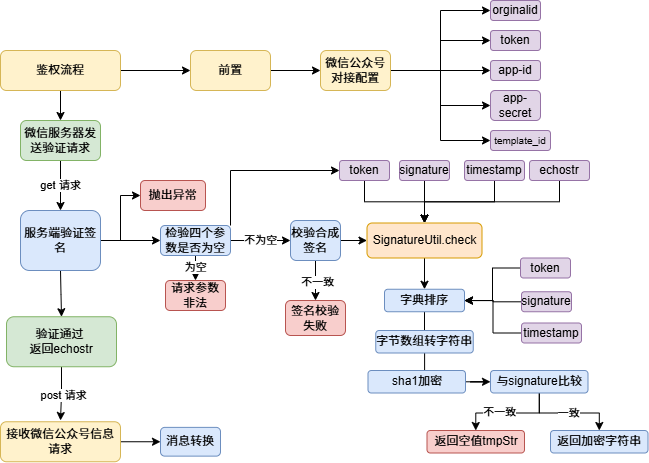
Earlier version of the draw.io export s-pay-mall/s-pay-mall-mvc/微信公众号鉴权流程.drawio.png (MFLS2023/draw). Source tidied: cells renumbered, new cells last; positions are measured from the earlier drawing's top-left corner, leaving out a move shared by most shapes.
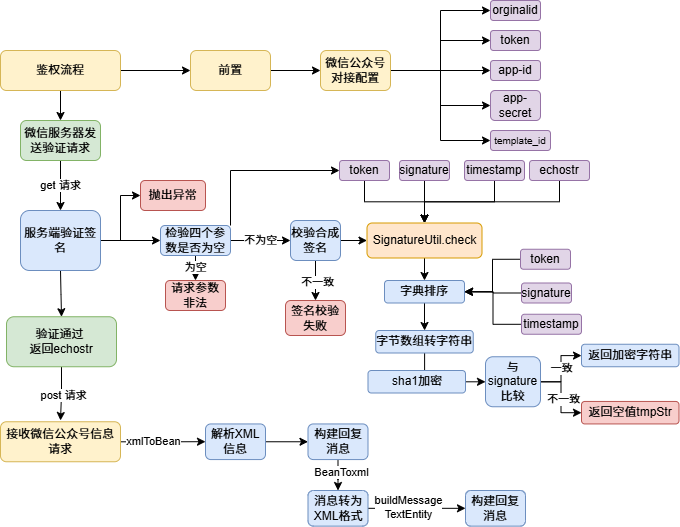
The same file after the commit.

Commit message:
更新微信公众号鉴权流程.drawio.png

Diff of the diagram source:
```diff
@@ -148,7 +148,7 @@
       <mxGeometry relative="1" as="geometry" />
     </mxCell>
     <mxCell id="49" value="字典排序" style="rounded=1;whiteSpace=wrap;html=1;fillColor=#dae8fc;strokeColor=#6c8ebf;" parent="1" vertex="1">
-      <mxGeometry x="384" y="288.8" width="80" height="22.5" as="geometry" />
+      <mxGeometry x="384" y="280" width="80" height="22.5" as="geometry" />
     </mxCell>
     <mxCell id="50" style="edgeStyle=orthogonalEdgeStyle;rounded=0;jettySize=auto;html=1;" parent="1" edge="1" source="51" target="53">
       <mxGeometry relative="1" as="geometry" />
@@ -163,49 +163,76 @@
       <mxGeometry x="367.5" y="370" width="97.5" height="22.5" as="geometry" />
     </mxCell>
     <mxCell id="54" value="一致" style="edgeStyle=orthogonalEdgeStyle;rounded=0;jettySize=auto;html=1;" parent="1" edge="1" source="57" target="58">
-      <mxGeometry relative="1" as="geometry" />
+      <mxGeometry x="0.01" relative="1" as="geometry" />
     </mxCell>
-    <mxCell id="55" style="edgeStyle=orthogonalEdgeStyle;rounded=0;jettySize=auto;html=1;entryX=0.5;entryY=0;entryDx=0;entryDy=0;" parent="1" edge="1" source="57" target="59">
+    <mxCell id="55" style="edgeStyle=orthogonalEdgeStyle;rounded=0;jettySize=auto;html=1;" parent="1" edge="1" source="57" target="59">
       <mxGeometry relative="1" as="geometry" />
     </mxCell>
     <mxCell id="56" value="不一致" style="edgeLabel;html=1;align=center;verticalAlign=middle;" parent="55" vertex="1">
-      <mxGeometry x="0.19" y="-1" relative="1" as="geometry" />
+      <mxGeometry x="0.06" y="2" relative="1" as="geometry" />
     </mxCell>
     <mxCell id="57" value="与signature比较" style="rounded=1;whiteSpace=wrap;html=1;fillColor=#dae8fc;strokeColor=#6c8ebf;" parent="1" vertex="1">
-      <mxGeometry x="490" y="370" width="97.5" height="22.5" as="geometry" />
+      <mxGeometry x="485" y="356.2" width="55" height="50" as="geometry" />
     </mxCell>
     <mxCell id="58" value="返回加密字符串" style="rounded=1;whiteSpace=wrap;html=1;fillColor=#dae8fc;strokeColor=#6c8ebf;" parent="1" vertex="1">
-      <mxGeometry x="550" y="430" width="97.5" height="22.5" as="geometry" />
+      <mxGeometry x="581" y="343.8" width="97.5" height="22.5" as="geometry" />
     </mxCell>
     <mxCell id="59" value="返回空值tmpStr" style="rounded=1;whiteSpace=wrap;html=1;fillColor=#f8cecc;strokeColor=#b85450;" parent="1" vertex="1">
-      <mxGeometry x="426.5" y="430" width="97.5" height="22.5" as="geometry" />
+      <mxGeometry x="581" y="400.9" width="97.5" height="22.5" as="geometry" />
     </mxCell>
     <mxCell id="60" style="edgeStyle=orthogonalEdgeStyle;rounded=0;jettySize=auto;html=1;exitX=0;exitY=0.5;exitDx=0;exitDy=0;entryX=1;entryY=0.5;entryDx=0;entryDy=0;" parent="1" edge="1" source="61" target="49">
       <mxGeometry relative="1" as="geometry" />
     </mxCell>
     <mxCell id="61" value="token" style="rounded=1;whiteSpace=wrap;html=1;fillColor=#e1d5e7;strokeColor=#9673a6;" parent="1" vertex="1">
-      <mxGeometry x="520" y="257.5" width="50" height="20" as="geometry" />
+      <mxGeometry x="520" y="248.8" width="50" height="20" as="geometry" />
     </mxCell>
     <mxCell id="62" style="edgeStyle=orthogonalEdgeStyle;rounded=0;jettySize=auto;html=1;" parent="1" edge="1" source="63" target="49">
       <mxGeometry relative="1" as="geometry" />
     </mxCell>
     <mxCell id="63" value="signature" style="rounded=1;whiteSpace=wrap;html=1;fillColor=#e1d5e7;strokeColor=#9673a6;" parent="1" vertex="1">
-      <mxGeometry x="521" y="291.2" width="50" height="20" as="geometry" />
+      <mxGeometry x="521" y="282.5" width="50" height="20" as="geometry" />
     </mxCell>
     <mxCell id="64" style="edgeStyle=orthogonalEdgeStyle;rounded=0;jettySize=auto;html=1;entryX=1;entryY=0.5;entryDx=0;entryDy=0;" parent="1" edge="1" source="65" target="49">
       <mxGeometry relative="1" as="geometry" />
     </mxCell>
     <mxCell id="65" value="timestamp" style="rounded=1;whiteSpace=wrap;html=1;fillColor=#e1d5e7;strokeColor=#9673a6;" parent="1" vertex="1">
-      <mxGeometry x="521" y="322.5" width="60" height="20" as="geometry" />
+      <mxGeometry x="521" y="313.8" width="60" height="20" as="geometry" />
     </mxCell>
     <mxCell id="66" style="edgeStyle=orthogonalEdgeStyle;rounded=0;jettySize=auto;html=1;" parent="1" edge="1" source="67" target="68">
       <mxGeometry relative="1" as="geometry" />
     </mxCell>
+    <mxCell id="69" value="xmlToBean" style="edgeLabel;html=1;align=center;verticalAlign=middle;" parent="66" vertex="1">
+      <mxGeometry x="-0.24" y="1" relative="1" as="geometry" />
+    </mxCell>
     <mxCell id="67" value="接收微信公众号信息请求" style="rounded=1;whiteSpace=wrap;html=1;fontSize=12;glass=0;strokeWidth=1;shadow=0;fillColor=#fff2cc;strokeColor=#d6b656;" parent="1" vertex="1">
       <mxGeometry y="421.2" width="120" height="40" as="geometry" />
     </mxCell>
+    <mxCell id="70" style="edgeStyle=orthogonalEdgeStyle;rounded=0;jettySize=auto;html=1;" parent="1" edge="1" source="68" target="73">
+      <mxGeometry relative="1" as="geometry" />
+    </mxCell>
-    <mxCell id="68" value="消息转换" style="rounded=1;whiteSpace=wrap;html=1;fontSize=12;glass=0;strokeWidth=1;shadow=0;fillColor=#dae8fc;strokeColor=#6c8ebf;" parent="1" vertex="1">
-      <mxGeometry x="160" y="426.9" width="60" height="28.8" as="geometry" />
+    <mxCell id="68" value="解析XML信息" style="rounded=1;whiteSpace=wrap;html=1;fontSize=12;glass=0;strokeWidth=1;shadow=0;fillColor=#dae8fc;strokeColor=#6c8ebf;" parent="1" vertex="1">
+      <mxGeometry x="205" y="423.4" width="60" height="35.6" as="geometry" />
     </mxCell>
+    <mxCell id="71" style="edgeStyle=orthogonalEdgeStyle;rounded=0;jettySize=auto;html=1;" parent="1" edge="1" source="73" target="76">
+      <mxGeometry relative="1" as="geometry" />
+    </mxCell>
+    <mxCell id="72" value="BeanToxml" style="edgeLabel;html=1;align=center;verticalAlign=middle;" parent="71" vertex="1">
+      <mxGeometry x="0.22" y="3" relative="1" as="geometry" />
+    </mxCell>
+    <mxCell id="73" value="构建回复消息" style="rounded=1;whiteSpace=wrap;html=1;fontSize=12;glass=0;strokeWidth=1;shadow=0;fillColor=#dae8fc;strokeColor=#6c8ebf;" parent="1" vertex="1">
+      <mxGeometry x="307.5" y="423.4" width="60" height="35.6" as="geometry" />
+    </mxCell>
+    <mxCell id="74" style="edgeStyle=orthogonalEdgeStyle;rounded=0;jettySize=auto;html=1;" parent="1" edge="1" source="76" target="77">
+      <mxGeometry relative="1" as="geometry" />
+    </mxCell>
+    <mxCell id="75" value="buildMessage&lt;div&gt;TextEntity&lt;/div&gt;" style="edgeLabel;html=1;align=center;verticalAlign=middle;" parent="74" vertex="1">
+      <mxGeometry x="-0.17" y="1" relative="1" as="geometry" />
+    </mxCell>
+    <mxCell id="76" value="消息转为XML格式" style="rounded=1;whiteSpace=wrap;html=1;fontSize=12;glass=0;strokeWidth=1;shadow=0;fillColor=#dae8fc;strokeColor=#6c8ebf;" parent="1" vertex="1">
+      <mxGeometry x="307.5" y="490" width="60" height="35.6" as="geometry" />
+    </mxCell>
+    <mxCell id="77" value="构建回复消息" style="rounded=1;whiteSpace=wrap;html=1;fontSize=12;glass=0;strokeWidth=1;shadow=0;fillColor=#dae8fc;strokeColor=#6c8ebf;" parent="1" vertex="1">
+      <mxGeometry x="465" y="490" width="60" height="35.6" as="geometry" />
+    </mxCell>
   </root>
 </mxGraphModel>
```
